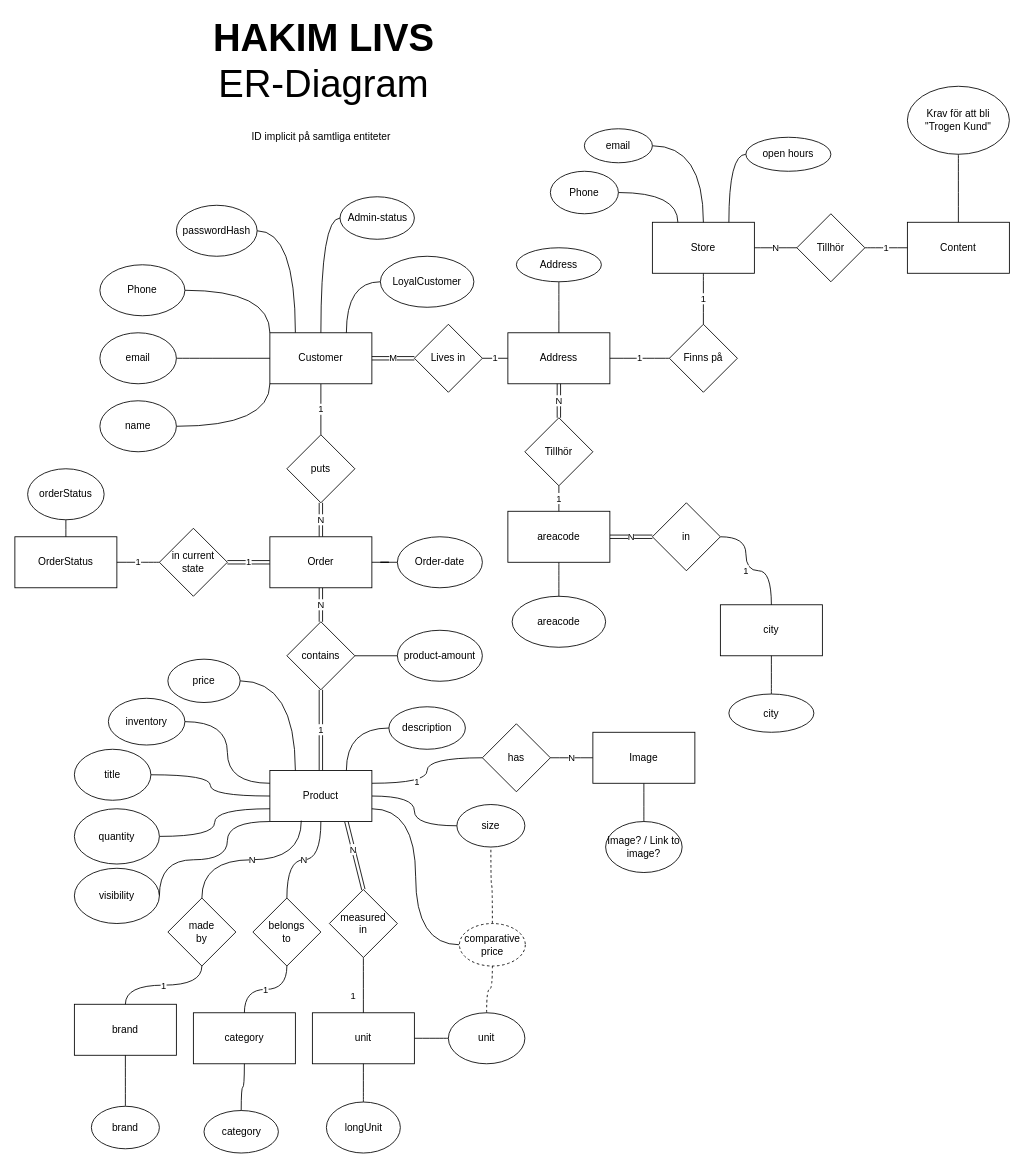
Before: database/SQL-ERDiagram210406.drawio in JesperJansson86/WebshopHakimsLivs, a draw.io diagram. Source tidied: cells renumbered, new cells numbered last; positions are measured from the earlier drawing's top-left corner, leaving out a move shared by most shapes. Both pictures are drawn from the tidied source at 85%, with x=0, y=0 at pixel (14, 35).
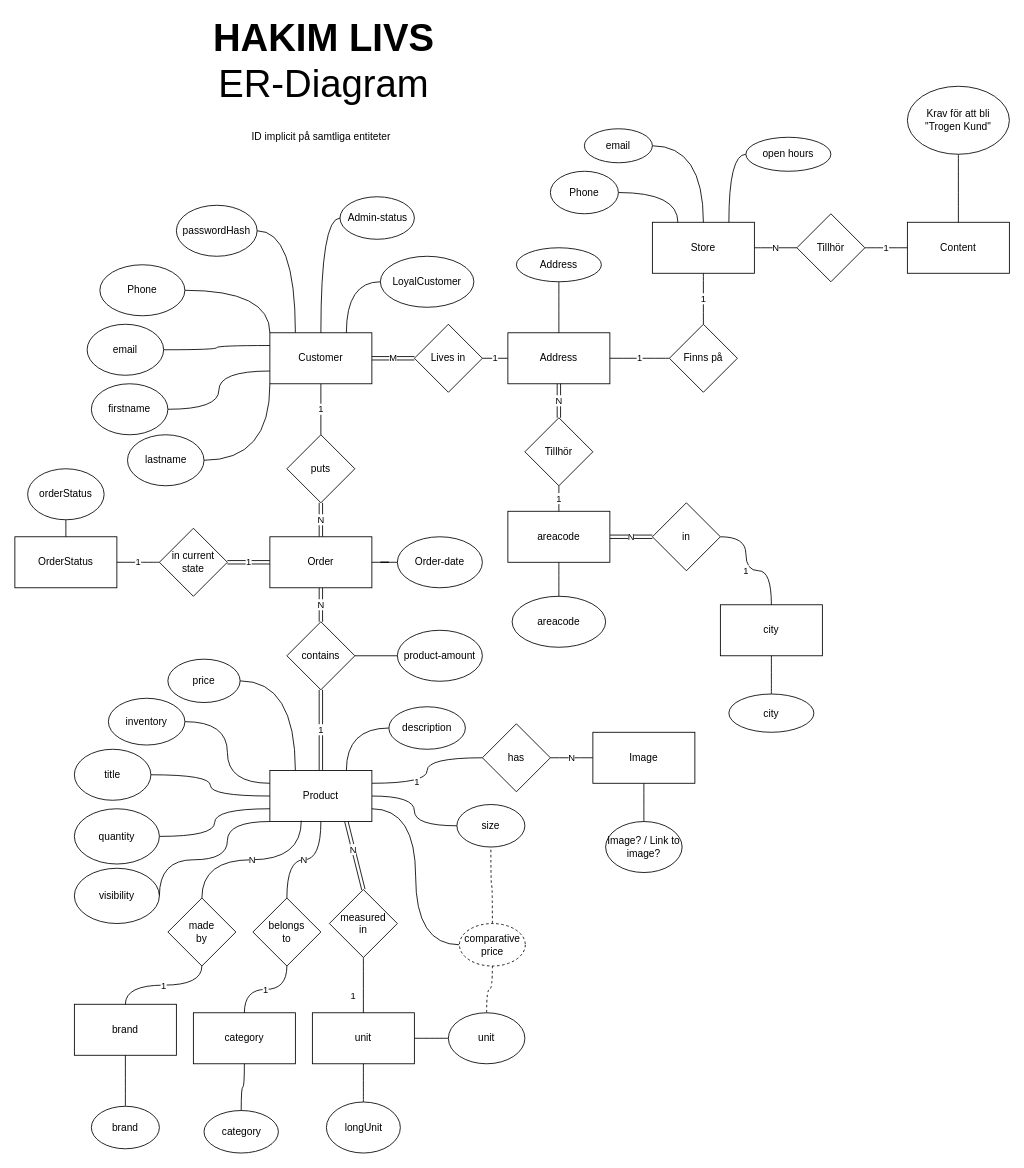
The same diagram, later.

The change refers to these unchanged cells:
```xml
<mxCell id="4" value="&lt;div&gt;Customer&lt;/div&gt;" style="rounded=0;whiteSpace=wrap;html=1;" parent="1" vertex="1">
  <mxGeometry x="300" y="350" width="120" height="60" as="geometry" />
</mxCell>
```

The edit, as a diff of the source:
```diff
@@
-    <mxCell id="50" style="edgeStyle=orthogonalEdgeStyle;curved=1;rounded=0;jettySize=auto;html=1;exitX=1;exitY=0.5;exitDx=0;exitDy=0;entryX=0;entryY=0.5;entryDx=0;entryDy=0;endArrow=none;endFill=0;" parent="1" edge="1" source="51" target="4">
+    <mxCell id="50" style="edgeStyle=orthogonalEdgeStyle;curved=1;rounded=0;jettySize=auto;html=1;exitX=1;exitY=0.5;exitDx=0;exitDy=0;entryX=0;entryY=0.25;entryDx=0;entryDy=0;endArrow=none;endFill=0;" parent="1" edge="1" source="51" target="4">
       <mxGeometry relative="1" as="geometry" />
     </mxCell>
     <mxCell id="51" value="email" style="ellipse;whiteSpace=wrap;html=1;" parent="1" vertex="1">
-      <mxGeometry x="100" y="350" width="90" height="60" as="geometry" />
+      <mxGeometry x="85" y="340" width="90" height="60" as="geometry" />
     </mxCell>
-    <mxCell id="52" style="edgeStyle=orthogonalEdgeStyle;curved=1;rounded=0;jettySize=auto;html=1;exitX=1;exitY=0.5;exitDx=0;exitDy=0;entryX=0;entryY=1;entryDx=0;entryDy=0;endArrow=none;endFill=0;" parent="1" edge="1" source="53" target="4">
+    <mxCell id="52" style="edgeStyle=orthogonalEdgeStyle;curved=1;rounded=0;jettySize=auto;html=1;exitX=1;exitY=0.5;exitDx=0;exitDy=0;entryX=0;entryY=0.75;entryDx=0;entryDy=0;endArrow=none;endFill=0;" parent="1" edge="1" source="53" target="4">
       <mxGeometry relative="1" as="geometry" />
     </mxCell>
-    <mxCell id="53" value="name" style="ellipse;whiteSpace=wrap;html=1;" parent="1" vertex="1">
-      <mxGeometry x="100" y="430" width="90" height="60" as="geometry" />
+    <mxCell id="53" value="firstname" style="ellipse;whiteSpace=wrap;html=1;" parent="1" vertex="1">
+      <mxGeometry x="90" y="410" width="90" height="60" as="geometry" />
     </mxCell>
@@
+    <mxCell id="115" style="edgeStyle=orthogonalEdgeStyle;curved=1;rounded=0;jettySize=auto;html=1;exitX=1;exitY=0.5;exitDx=0;exitDy=0;endArrow=none;endFill=0;" parent="1" edge="1" source="116">
+      <mxGeometry relative="1" as="geometry">
+        <mxPoint x="300" y="410" as="targetPoint" />
+      </mxGeometry>
+    </mxCell>
+    <mxCell id="116" value="lastname" style="ellipse;whiteSpace=wrap;html=1;" parent="1" vertex="1">
+      <mxGeometry x="132.5" y="470" width="90" height="60" as="geometry" />
+    </mxCell>
```
